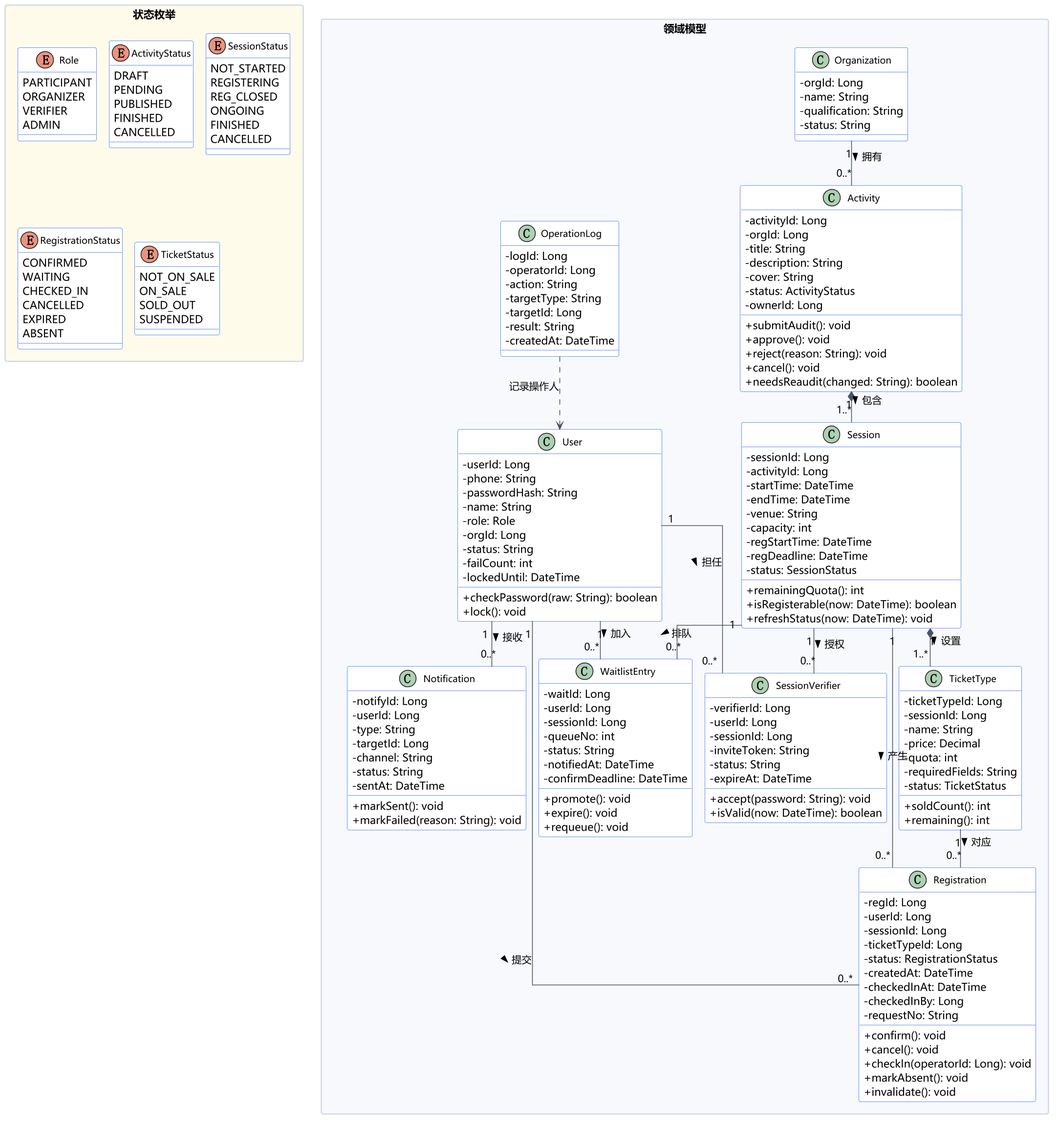
Before: lab2-软件设计与建模/UML/UML类图.png, a diagram exported from PlantUML (2cyclyx/SE-labs).
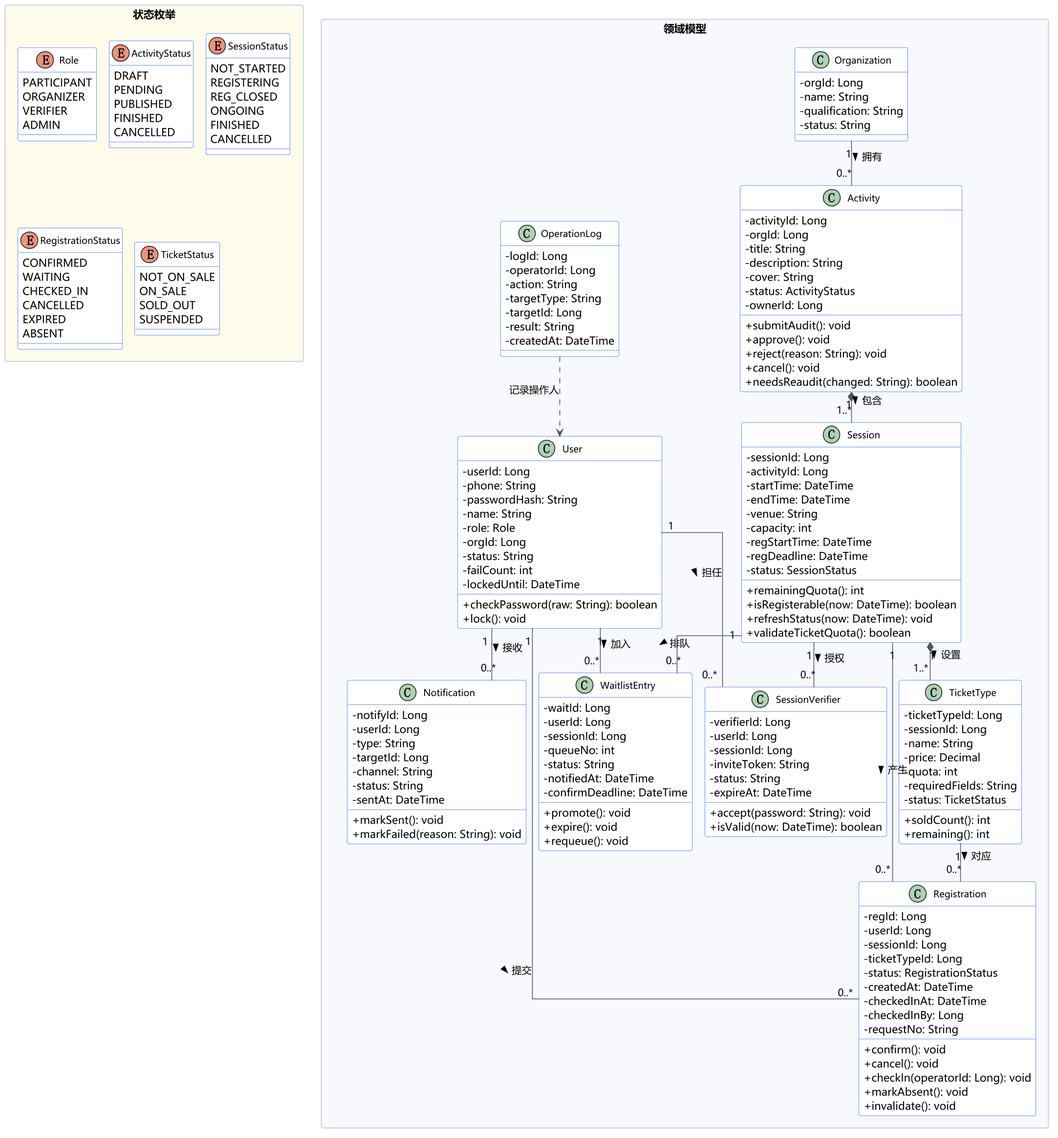
The same diagram one commit later.

Change to the diagram source:
```diff
@@ -56,6 +56,7 @@
     + remainingQuota(): int
     + isRegisterable(now: DateTime): boolean
     + refreshStatus(now: DateTime): void
+    + validateTicketQuota(): boolean
   }
 
   class TicketType {
```
